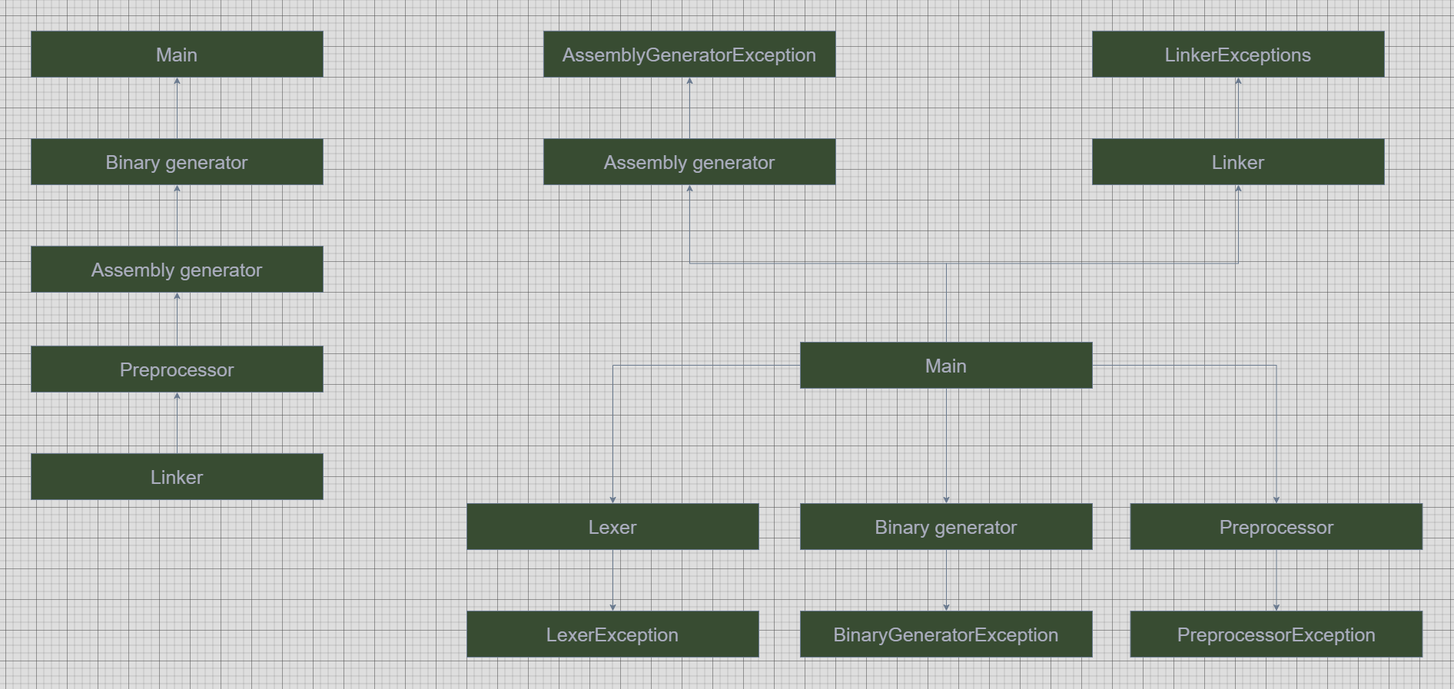
Bob-Jacka/Cplus_compiler keeps this draw.io diagram as C plus language rules/CplusArchitecture.drawio.png. Above is the earlier version. Source tidied: cells renumbered, new cells last; positions are measured from the earlier drawing's top-left corner, leaving out a move shared by most shapes.
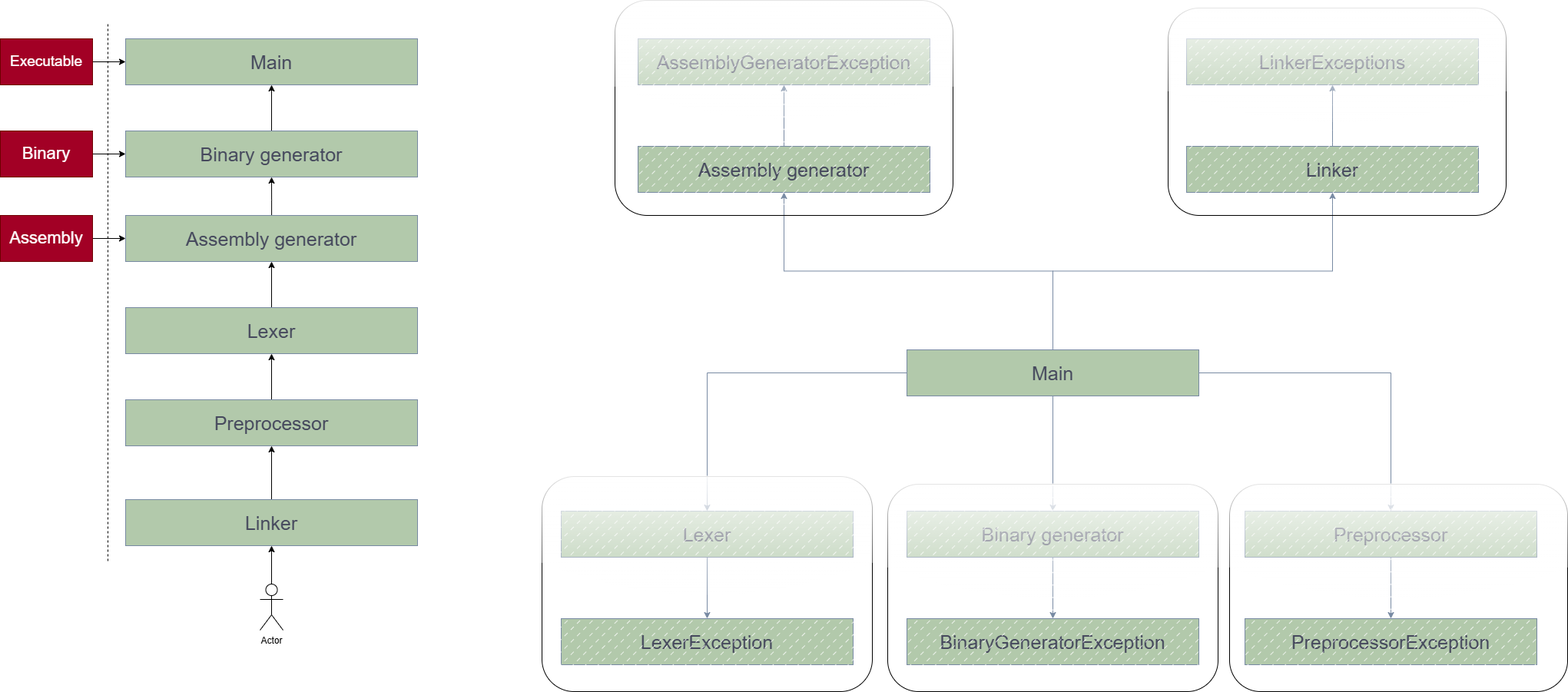
Above is the later version.

Diff of the diagram source:
```diff
@@ -18,7 +18,7 @@
       <mxGeometry relative="1" as="geometry" />
     </mxCell>
     <mxCell id="7" value="&lt;font style=&quot;font-size: 25px;&quot;&gt;Main&lt;/font&gt;" style="rounded=0;whiteSpace=wrap;html=1;labelBackgroundColor=none;fillColor=#B2C9AB;strokeColor=#788AA3;fontColor=#46495D;" parent="1" vertex="1">
-      <mxGeometry x="1001" y="405" width="380" height="60" as="geometry" />
+      <mxGeometry x="1017" y="405" width="380" height="60" as="geometry" />
     </mxCell>
     <mxCell id="8" style="edgeStyle=orthogonalEdgeStyle;rounded=0;jettySize=auto;html=1;strokeColor=#788AA3;fontColor=#46495D;fillColor=#B2C9AB;" parent="1" edge="1" source="9" target="20">
       <mxGeometry relative="1" as="geometry" />
@@ -30,7 +30,7 @@
       <mxGeometry relative="1" as="geometry" />
     </mxCell>
     <mxCell id="11" value="&lt;font style=&quot;font-size: 25px;&quot;&gt;Preprocessor&lt;/font&gt;" style="rounded=0;whiteSpace=wrap;html=1;labelBackgroundColor=none;fillColor=#B2C9AB;strokeColor=#788AA3;fontColor=#46495D;" parent="1" vertex="1">
-      <mxGeometry x="1430.5" y="615" width="380" height="60" as="geometry" />
+      <mxGeometry x="1457" y="615" width="380" height="60" as="geometry" />
     </mxCell>
     <mxCell id="12" style="edgeStyle=orthogonalEdgeStyle;rounded=0;jettySize=auto;html=1;strokeColor=#788AA3;fontColor=#46495D;fillColor=#B2C9AB;" parent="1" edge="1" source="13" target="21">
       <mxGeometry relative="1" as="geometry" />
@@ -48,13 +48,13 @@
       <mxGeometry relative="1" as="geometry" />
     </mxCell>
     <mxCell id="17" value="&lt;font style=&quot;font-size: 25px;&quot;&gt;Binary generator&lt;/font&gt;" style="rounded=0;whiteSpace=wrap;html=1;labelBackgroundColor=none;fillColor=#B2C9AB;strokeColor=#788AA3;fontColor=#46495D;" parent="1" vertex="1">
-      <mxGeometry x="1001" y="615" width="380" height="60" as="geometry" />
+      <mxGeometry x="1017" y="615" width="380" height="60" as="geometry" />
     </mxCell>
     <mxCell id="18" value="&lt;font style=&quot;font-size: 25px;&quot;&gt;PreprocessorException&lt;/font&gt;" style="rounded=0;whiteSpace=wrap;html=1;labelBackgroundColor=none;fillColor=#B2C9AB;strokeColor=#788AA3;fontColor=#46495D;" parent="1" vertex="1">
-      <mxGeometry x="1430.5" y="755" width="380" height="60" as="geometry" />
+      <mxGeometry x="1457" y="755" width="380" height="60" as="geometry" />
     </mxCell>
     <mxCell id="19" value="&lt;font style=&quot;font-size: 25px;&quot;&gt;BinaryGeneratorException&lt;/font&gt;" style="rounded=0;whiteSpace=wrap;html=1;labelBackgroundColor=none;fillColor=#B2C9AB;strokeColor=#788AA3;fontColor=#46495D;" parent="1" vertex="1">
-      <mxGeometry x="1001" y="755" width="380" height="60" as="geometry" />
+      <mxGeometry x="1017" y="755" width="380" height="60" as="geometry" />
     </mxCell>
     <mxCell id="20" value="&lt;font style=&quot;font-size: 25px;&quot;&gt;LexerException&lt;/font&gt;" style="rounded=0;whiteSpace=wrap;html=1;labelBackgroundColor=none;fillColor=#B2C9AB;strokeColor=#788AA3;fontColor=#46495D;" parent="1" vertex="1">
       <mxGeometry x="567" y="755" width="380" height="60" as="geometry" />
@@ -65,32 +65,91 @@
     <mxCell id="22" value="&lt;font style=&quot;font-size: 25px;&quot;&gt;LinkerExceptions&lt;/font&gt;" style="rounded=0;whiteSpace=wrap;html=1;labelBackgroundColor=none;fillColor=#B2C9AB;strokeColor=#788AA3;fontColor=#46495D;" parent="1" vertex="1">
       <mxGeometry x="1381" width="380" height="60" as="geometry" />
     </mxCell>
+    <mxCell id="24" value="&lt;font style=&quot;font-size: 25px;&quot;&gt;Main&lt;/font&gt;" style="rounded=0;whiteSpace=wrap;html=1;labelBackgroundColor=none;fillColor=#B2C9AB;strokeColor=#788AA3;fontColor=#46495D;" parent="1" vertex="1">
+      <mxGeometry width="380" height="60" as="geometry" />
+    </mxCell>
-    <mxCell id="23" style="edgeStyle=orthogonalEdgeStyle;rounded=0;jettySize=auto;html=1;strokeColor=#788AA3;fontColor=#46495D;fillColor=#B2C9AB;" parent="1" edge="1" source="26" target="24">
+    <mxCell id="23" style="edgeStyle=orthogonalEdgeStyle;rounded=0;jettySize=auto;html=1;entryX=0.5;entryY=1;entryDx=0;entryDy=0;" parent="1" edge="1" source="26" target="24">
       <mxGeometry relative="1" as="geometry" />
     </mxCell>
-    <mxCell id="24" value="&lt;font style=&quot;font-size: 25px;&quot;&gt;Main&lt;/font&gt;" style="rounded=0;whiteSpace=wrap;html=1;labelBackgroundColor=none;fillColor=#B2C9AB;strokeColor=#788AA3;fontColor=#46495D;" parent="1" vertex="1">
-      <mxGeometry width="380" height="60" as="geometry" />
-    </mxCell>
+    <mxCell id="26" value="&lt;font style=&quot;font-size: 25px;&quot;&gt;Binary generator&lt;/font&gt;" style="rounded=0;whiteSpace=wrap;html=1;labelBackgroundColor=none;fillColor=#B2C9AB;strokeColor=#788AA3;fontColor=#46495D;" parent="1" vertex="1">
+      <mxGeometry y="120" width="380" height="60" as="geometry" />
+    </mxCell>
-    <mxCell id="25" style="edgeStyle=orthogonalEdgeStyle;rounded=0;jettySize=auto;html=1;strokeColor=#788AA3;fontColor=#46495D;fillColor=#B2C9AB;" parent="1" edge="1" source="28" target="26">
-      <mxGeometry relative="1" as="geometry" />
+    <mxCell id="25" style="edgeStyle=orthogonalEdgeStyle;rounded=0;jettySize=auto;html=1;entryX=0.5;entryY=1;entryDx=0;entryDy=0;" parent="1" edge="1" source="28" target="26">
+      <mxGeometry relative="1" as="geometry">
+        <Array as="points">
+          <mxPoint x="190" y="210" />
+          <mxPoint x="190" y="210" />
+        </Array>
+      </mxGeometry>
     </mxCell>
-    <mxCell id="26" value="&lt;font style=&quot;font-size: 25px;&quot;&gt;Binary generator&lt;/font&gt;" style="rounded=0;whiteSpace=wrap;html=1;labelBackgroundColor=none;fillColor=#B2C9AB;strokeColor=#788AA3;fontColor=#46495D;" parent="1" vertex="1">
-      <mxGeometry y="140" width="380" height="60" as="geometry" />
-    </mxCell>
-    <mxCell id="27" style="edgeStyle=orthogonalEdgeStyle;rounded=0;jettySize=auto;html=1;strokeColor=#788AA3;fontColor=#46495D;fillColor=#B2C9AB;" parent="1" edge="1" source="30" target="28">
-      <mxGeometry relative="1" as="geometry" />
-    </mxCell>
     <mxCell id="28" value="&lt;span style=&quot;font-size: 25px;&quot;&gt;Assembly generator&lt;/span&gt;" style="rounded=0;whiteSpace=wrap;html=1;labelBackgroundColor=none;fillColor=#B2C9AB;strokeColor=#788AA3;fontColor=#46495D;" parent="1" vertex="1">
-      <mxGeometry y="280" width="380" height="60" as="geometry" />
+      <mxGeometry y="230" width="380" height="60" as="geometry" />
     </mxCell>
+    <mxCell id="32" style="edgeStyle=orthogonalEdgeStyle;rounded=0;jettySize=auto;html=1;" parent="1" edge="1" source="30" target="48">
+      <mxGeometry relative="1" as="geometry" />
+    </mxCell>
+    <mxCell id="30" value="&lt;font style=&quot;font-size: 25px;&quot;&gt;Preprocessor&lt;/font&gt;" style="rounded=0;whiteSpace=wrap;html=1;labelBackgroundColor=none;fillColor=#B2C9AB;strokeColor=#788AA3;fontColor=#46495D;" parent="1" vertex="1">
+      <mxGeometry y="470" width="380" height="60" as="geometry" />
+    </mxCell>
-    <mxCell id="29" style="edgeStyle=orthogonalEdgeStyle;rounded=0;jettySize=auto;html=1;strokeColor=#788AA3;fontColor=#46495D;fillColor=#B2C9AB;" parent="1" edge="1" source="31" target="30">
+    <mxCell id="29" style="edgeStyle=orthogonalEdgeStyle;rounded=0;jettySize=auto;html=1;" parent="1" edge="1" source="31" target="30">
       <mxGeometry relative="1" as="geometry" />
     </mxCell>
-    <mxCell id="30" value="&lt;font style=&quot;font-size: 25px;&quot;&gt;Preprocessor&lt;/font&gt;" style="rounded=0;whiteSpace=wrap;html=1;labelBackgroundColor=none;fillColor=#B2C9AB;strokeColor=#788AA3;fontColor=#46495D;" parent="1" vertex="1">
-      <mxGeometry y="410" width="380" height="60" as="geometry" />
-    </mxCell>
     <mxCell id="31" value="&lt;font style=&quot;font-size: 25px;&quot;&gt;Linker&lt;/font&gt;" style="rounded=0;whiteSpace=wrap;html=1;labelBackgroundColor=none;fillColor=#B2C9AB;strokeColor=#788AA3;fontColor=#46495D;" parent="1" vertex="1">
-      <mxGeometry y="550" width="380" height="60" as="geometry" />
+      <mxGeometry y="600" width="380" height="60" as="geometry" />
     </mxCell>
+    <mxCell id="33" style="edgeStyle=orthogonalEdgeStyle;rounded=0;jettySize=auto;html=1;entryX=0;entryY=0.5;entryDx=0;entryDy=0;" parent="1" edge="1" source="34" target="26">
+      <mxGeometry relative="1" as="geometry" />
+    </mxCell>
+    <mxCell id="34" value="&lt;font style=&quot;font-size: 22px;&quot;&gt;Binary&lt;/font&gt;" style="rounded=0;whiteSpace=wrap;html=1;fillColor=#a20025;fontColor=#ffffff;strokeColor=#6F0000;" parent="1" vertex="1">
+      <mxGeometry x="-163" y="120" width="120" height="60" as="geometry" />
+    </mxCell>
+    <mxCell id="35" style="edgeStyle=orthogonalEdgeStyle;rounded=0;jettySize=auto;html=1;entryX=0;entryY=0.5;entryDx=0;entryDy=0;" parent="1" edge="1" source="36" target="28">
+      <mxGeometry relative="1" as="geometry" />
+    </mxCell>
+    <mxCell id="36" value="&lt;font style=&quot;font-size: 22px;&quot;&gt;Assembly&lt;/font&gt;" style="rounded=0;whiteSpace=wrap;html=1;fillColor=#a20025;fontColor=#ffffff;strokeColor=#6F0000;" parent="1" vertex="1">
+      <mxGeometry x="-163" y="230" width="120" height="60" as="geometry" />
+    </mxCell>
+    <mxCell id="37" style="endArrow=none;dashed=1;html=1;rounded=0;" parent="1" edge="1">
+      <mxGeometry relative="1" as="geometry">
+        <mxPoint x="-23" y="680" as="sourcePoint" />
+        <mxPoint x="-23" y="-20" as="targetPoint" />
+        <Array as="points">
+          <mxPoint x="-23" y="320" />
+        </Array>
+      </mxGeometry>
+    </mxCell>
+    <mxCell id="38" style="rounded=1;whiteSpace=wrap;html=1;glass=1;fillStyle=dashed;" parent="1" vertex="1">
+      <mxGeometry x="637" y="-50" width="440" height="280" as="geometry" />
+    </mxCell>
+    <mxCell id="39" style="rounded=1;whiteSpace=wrap;html=1;glass=1;fillStyle=dashed;shadow=0;" parent="1" vertex="1">
+      <mxGeometry x="1357" y="-40" width="440" height="270" as="geometry" />
+    </mxCell>
+    <mxCell id="40" style="rounded=1;whiteSpace=wrap;html=1;glass=1;fillStyle=dashed;" parent="1" vertex="1">
+      <mxGeometry x="1437" y="580" width="440" height="270" as="geometry" />
+    </mxCell>
+    <mxCell id="41" style="rounded=1;whiteSpace=wrap;html=1;glass=1;fillStyle=dashed;" parent="1" vertex="1">
+      <mxGeometry x="992" y="580" width="430" height="270" as="geometry" />
+    </mxCell>
+    <mxCell id="42" style="rounded=1;whiteSpace=wrap;html=1;glass=1;fillStyle=dashed;perimeterSpacing=1;" parent="1" vertex="1">
+      <mxGeometry x="542" y="570" width="430" height="280" as="geometry" />
+    </mxCell>
+    <mxCell id="43" style="edgeStyle=orthogonalEdgeStyle;rounded=0;jettySize=auto;html=1;" parent="1" edge="1" source="44" target="24">
+      <mxGeometry relative="1" as="geometry" />
+    </mxCell>
+    <mxCell id="44" value="&lt;font style=&quot;font-size: 19px;&quot;&gt;Executable&lt;/font&gt;" style="rounded=0;whiteSpace=wrap;html=1;fillColor=#a20025;fontColor=#ffffff;strokeColor=#6F0000;" parent="1" vertex="1">
+      <mxGeometry x="-163" width="120" height="60" as="geometry" />
+    </mxCell>
+    <mxCell id="45" style="edgeStyle=orthogonalEdgeStyle;rounded=0;jettySize=auto;html=1;" parent="1" edge="1" source="46" target="31">
+      <mxGeometry relative="1" as="geometry" />
+    </mxCell>
+    <mxCell id="46" value="Actor" style="shape=umlActor;verticalLabelPosition=bottom;verticalAlign=top;html=1;outlineConnect=0;" parent="1" vertex="1">
+      <mxGeometry x="175" y="710" width="30" height="60" as="geometry" />
+    </mxCell>
+    <mxCell id="47" style="edgeStyle=orthogonalEdgeStyle;rounded=0;jettySize=auto;html=1;entryX=0.5;entryY=1;entryDx=0;entryDy=0;" parent="1" edge="1" source="48" target="28">
+      <mxGeometry relative="1" as="geometry" />
+    </mxCell>
+    <mxCell id="48" value="&lt;font style=&quot;font-size: 25px;&quot;&gt;Lexer&lt;/font&gt;" style="rounded=0;whiteSpace=wrap;html=1;labelBackgroundColor=none;fillColor=#B2C9AB;strokeColor=#788AA3;fontColor=#46495D;" parent="1" vertex="1">
+      <mxGeometry y="350" width="380" height="60" as="geometry" />
+    </mxCell>
   </root>
 </mxGraphModel>
```
